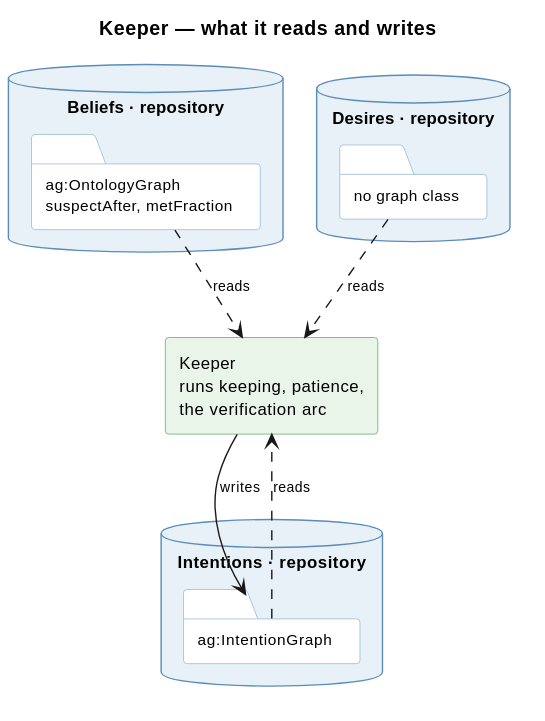
Before: knowledge/diagrams/service-keeper.svg, a diagram exported from PlantUML (ShishkinDmitriy/orexis). Its diagram source:
```plantuml
@startuml
title Keeper — what it reads and writes

skinparam componentStyle rectangle
skinparam shadowing false
skinparam defaultFontSize 12
skinparam titleFontSize 14
skinparam ArrowFontSize 10
skinparam database {
  BackgroundColor #E8F1F8
  BorderColor #5B8DB8
}
skinparam folder {
  BackgroundColor #FFFFFF
  BorderColor #8FB4D0
  FontSize 11
}
skinparam component {
  BackgroundColor #EAF5EA
  BorderColor #5E9E5E
}


database "Intentions · repository" as INT {
  folder "ag:IntentionGraph" as I
}

database "Beliefs · repository" as BEL {
  folder "ag:OntologyGraph\nsuspectAfter, metFraction" as ON
}

database "Desires · repository" as DES {
  folder "no graph class" as X
}

component "Keeper\nruns keeping, patience,\nthe verification arc" as KE


I ..> KE : reads
ON ..> KE : reads
X ..> KE : reads
KE --> I : writes
@enduml
```
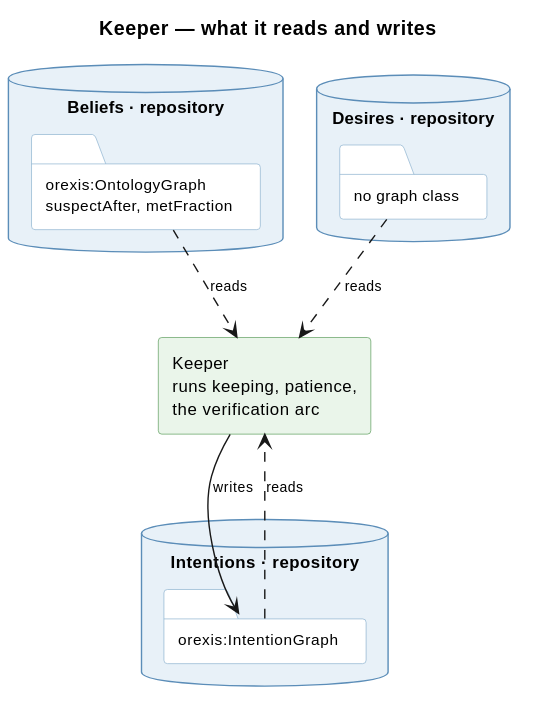
The same file after the commit.

The edit, as a diff of the source:
```diff
@@ -22,11 +22,11 @@
 
 
 database "Intentions · repository" as INT {
-  folder "ag:IntentionGraph" as I
+  folder "orexis:IntentionGraph" as I
 }
 
 database "Beliefs · repository" as BEL {
-  folder "ag:OntologyGraph\nsuspectAfter, metFraction" as ON
+  folder "orexis:OntologyGraph\nsuspectAfter, metFraction" as ON
 }
 
 database "Desires · repository" as DES {
```
